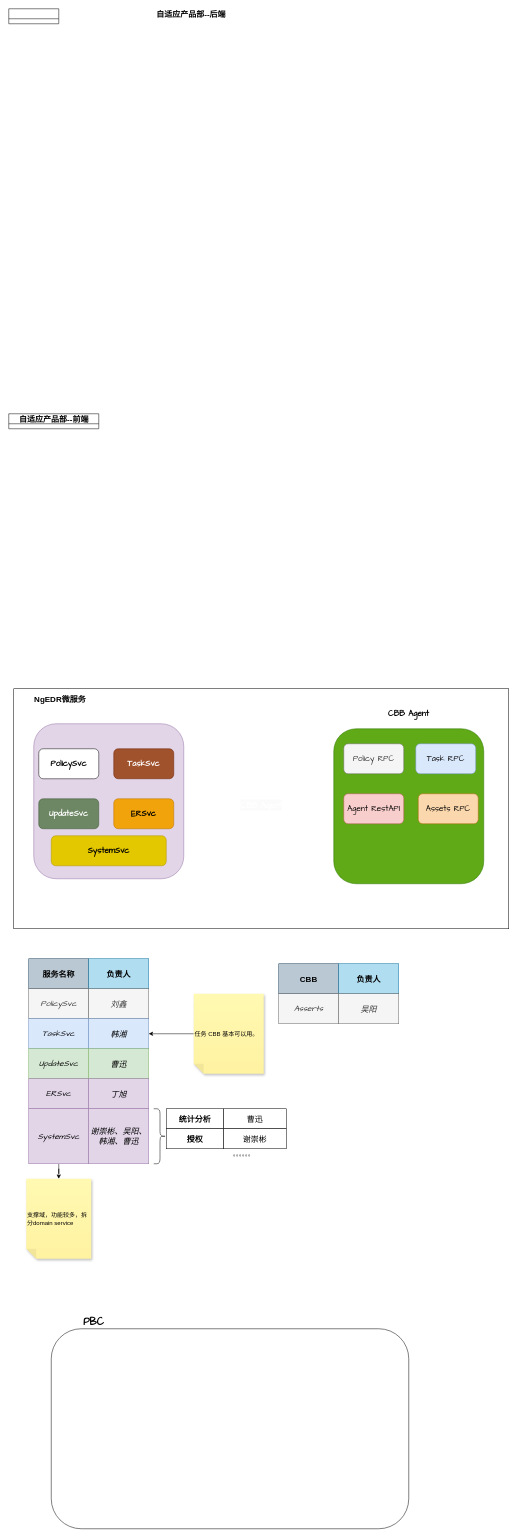
Above: 组织.drawio in echotj/im (draw.io), before the change. Source tidied: cells renumbered, new cells numbered last; positions are measured from the earlier drawing's top-left corner, leaving out a move shared by most shapes. Both pictures are drawn from the tidied source at 50%, with x=0, y=0 at pixel (8, 8).
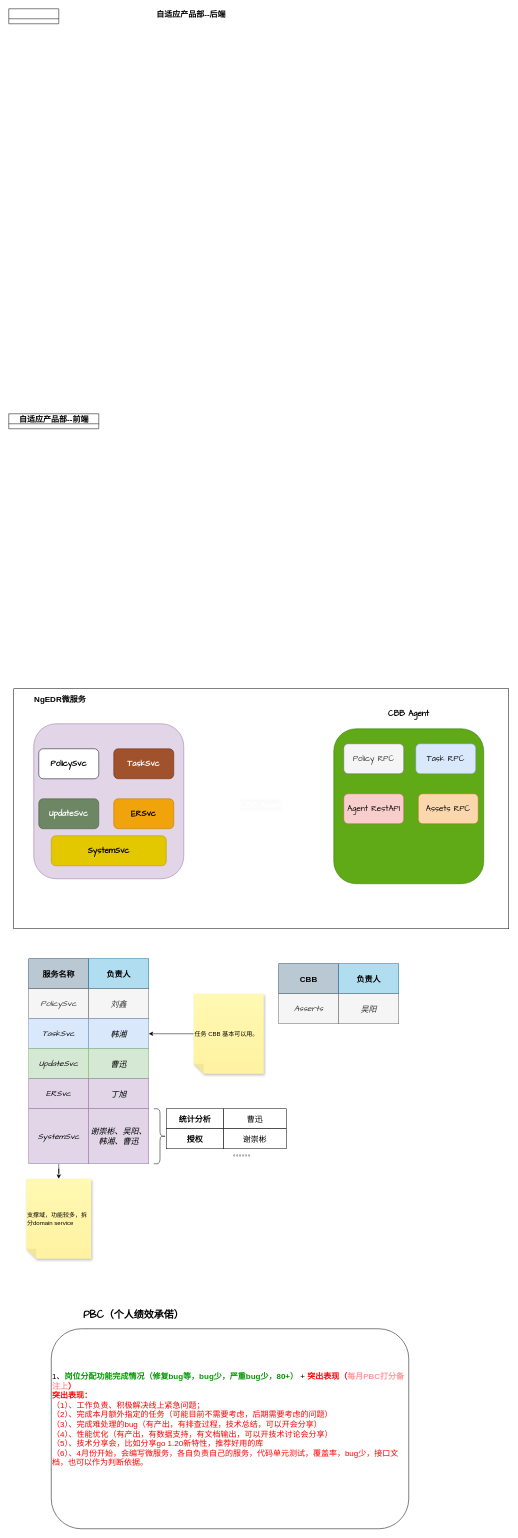
Above is the later version.

The edit, as a diff of the source:
```diff
@@
-    <mxCell id="2" style="rounded=1;whiteSpace=wrap;html=1;align=left;" parent="1" vertex="1">
+    <mxCell id="2" value="&lt;font style=&quot;font-size: 16px;&quot;&gt;1、&lt;font color=&quot;#009900&quot;&gt;&lt;b&gt;岗位分配功能完成情况（修复bug等，bug少，严重bug少，80+）&lt;/b&gt;&lt;/font&gt; + &lt;b style=&quot;&quot;&gt;&lt;font color=&quot;#ff0000&quot;&gt;突出表现（&lt;/font&gt;&lt;font color=&quot;#ff9999&quot;&gt;每月PBC打分备注上&lt;/font&gt;&lt;font color=&quot;#ff0000&quot;&gt;）&lt;/font&gt;&lt;br&gt;&lt;font color=&quot;#ff0000&quot;&gt;突出表现：&lt;/font&gt;&lt;/b&gt;&lt;br&gt;&lt;font color=&quot;#ff0000&quot;&gt;（1）、工作负责、积极解决线上紧急问题；&lt;/font&gt;&lt;br&gt;&lt;span style=&quot;color: rgb(255, 0, 0);&quot;&gt; &lt;/span&gt;&lt;font color=&quot;#ff0000&quot;&gt;（2）、完成本月额外指定的任务（可能目前不需要考虑，后期需要考虑的问题）&lt;/font&gt;&lt;br&gt;&lt;span style=&quot;color: rgb(255, 0, 0);&quot;&gt; &lt;/span&gt;&lt;font color=&quot;#ff0000&quot;&gt;（3）、完成难处理的bug（有产出，有排查过程，技术总结，可以开会分享）&lt;br&gt;&lt;/font&gt;&lt;span style=&quot;&quot;&gt; &lt;font color=&quot;#ff0000&quot;&gt;（&lt;/font&gt;&lt;/span&gt;&lt;font color=&quot;#ff0000&quot;&gt;4&lt;span style=&quot;&quot;&gt;）、性能优化（有产出，有数据支持，有文档输出，可以开技术讨论会分享）&lt;br&gt;&lt;/span&gt;&lt;/font&gt;&lt;font style=&quot;border-color: var(--border-color);&quot; color=&quot;#ff0000&quot;&gt;（5&lt;/font&gt;&lt;font style=&quot;border-color: var(--border-color);&quot; color=&quot;#ff0000&quot;&gt;&lt;span style=&quot;border-color: var(--border-color);&quot;&gt;）、技术分享会，比如分享go 1.20新特性，推荐好用的库&lt;br&gt;&lt;/span&gt;&lt;/font&gt;&lt;font style=&quot;border-color: var(--border-color);&quot; color=&quot;#ff0000&quot;&gt;（6&lt;/font&gt;&lt;font style=&quot;border-color: var(--border-color);&quot; color=&quot;#ff0000&quot;&gt;）、4月份开始，会编写微服务，各自负责自己的服务，代码单元测试，覆盖率，bug少，接口文档，也可以作为判断依据。&lt;/font&gt;&lt;br&gt;&lt;br&gt;&lt;font color=&quot;#ff0000&quot;&gt;&amp;nbsp;&lt;/font&gt;&lt;/font&gt;" style="rounded=1;whiteSpace=wrap;html=1;align=left;" parent="1" vertex="1">
       <mxGeometry x="85" y="2640" width="715" height="400" as="geometry" />
     </mxCell>
@@
-    <mxCell id="45" value="&lt;b&gt;&lt;font face=&quot;Comic Sans MS&quot; style=&quot;font-size: 20px;&quot;&gt;PBC&lt;/font&gt;&lt;/b&gt;" style="text;strokeColor=none;align=center;fillColor=none;html=1;verticalAlign=middle;whiteSpace=wrap;rounded=0;" parent="1" vertex="1">
-      <mxGeometry x="140" y="2610" width="60" height="30" as="geometry" />
+    <mxCell id="45" value="&lt;b&gt;&lt;font face=&quot;Comic Sans MS&quot; style=&quot;font-size: 20px;&quot;&gt;PBC（个人绩效承偌）&lt;/font&gt;&lt;/b&gt;" style="text;strokeColor=none;align=center;fillColor=none;html=1;verticalAlign=middle;whiteSpace=wrap;rounded=0;" parent="1" vertex="1">
+      <mxGeometry x="140" y="2610" width="220" as="geometry" />
     </mxCell>
```
